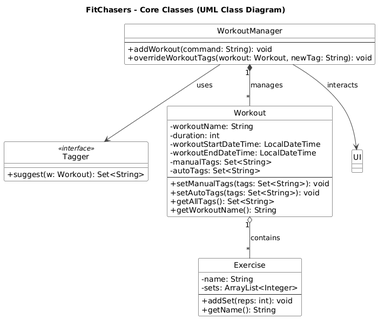
The PlantUML diagram docs/diagrams/WorkoutManager_class_diagram.png in Exceptional-Khoi/tp, before a commit.
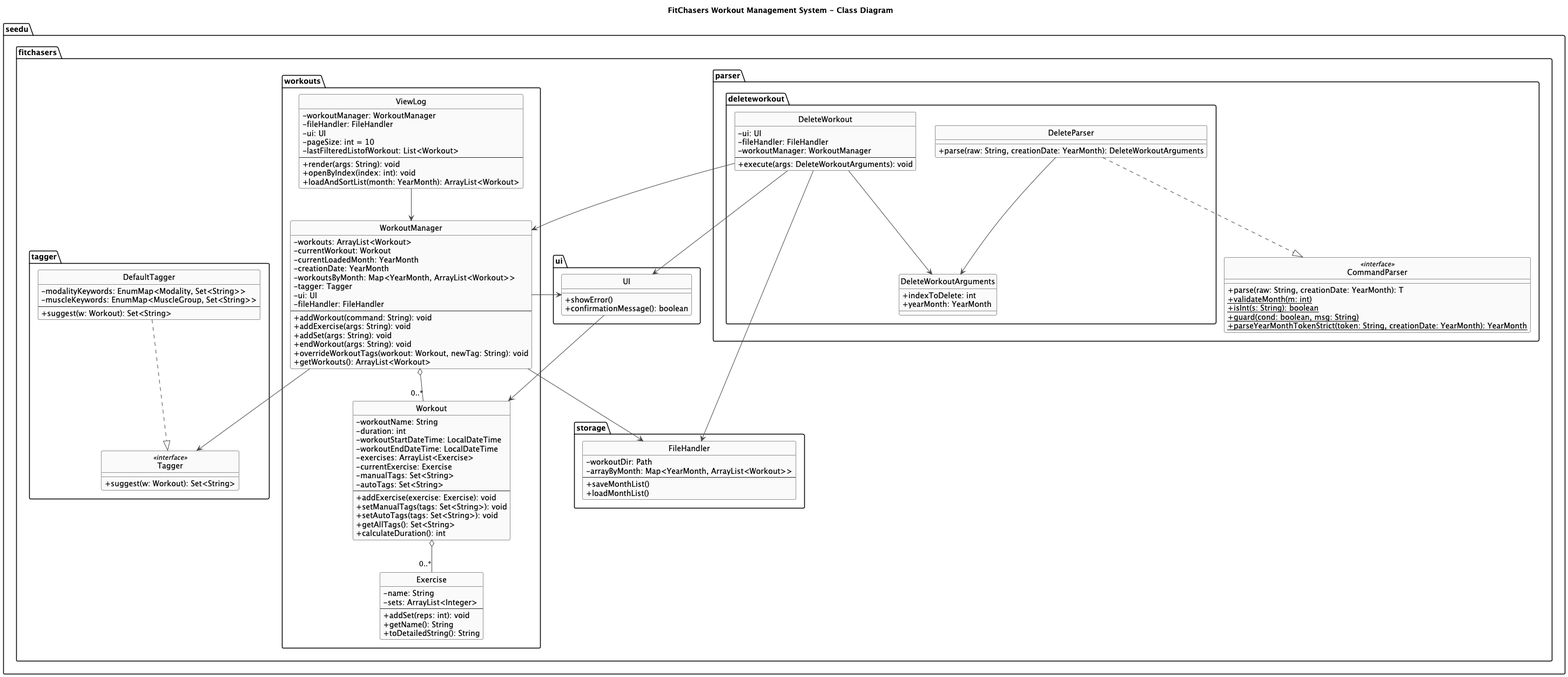
Above is the later version.

What changed in the source:
```diff
@@ -1,52 +1,146 @@
 @startuml
-title FitChasers - Core Classes (UML Class Diagram)
-
+title FitChasers Workout Management System - Class Diagram
 skinparam shadowing false
 skinparam classAttributeIconSize 0
 skinparam ArrowColor #444
 skinparam ClassBorderColor #222
 skinparam ClassBackgroundColor #FAFAFA
-skinparam NoteBackgroundColor #fff
-skinparam NoteBorderColor #aaa
-
+skinparam NoteBackgroundColor #E3F2FD
+skinparam NoteBorderColor #2196F3
 hide circle
 
-class WorkoutManager {
-  --
-  +addWorkout(command: String): void
-  +overrideWorkoutTags(workout: Workout, newTag: String): void
+package "seedu.fitchasers.workouts" {
+  class WorkoutManager {
+    -workouts: ArrayList<Workout>
+    -currentWorkout: Workout
+    -currentLoadedMonth: YearMonth
+    -creationDate: YearMonth
+    -workoutsByMonth: Map<YearMonth, ArrayList<Workout>>
+    -tagger: Tagger
+    -ui: UI
+    -fileHandler: FileHandler
+    --
+    +addWorkout(command: String): void
+    +addExercise(args: String): void
+    +addSet(args: String): void
+    +endWorkout(args: String): void
+    +overrideWorkoutTags(workout: Workout, newTag: String): void
+    +getWorkouts(): ArrayList<Workout>
+  }
+
+  class Workout {
+    -workoutName: String
+    -duration: int
+    -workoutStartDateTime: LocalDateTime
+    -workoutEndDateTime: LocalDateTime
+    -exercises: ArrayList<Exercise>
+    -currentExercise: Exercise
+    -manualTags: Set<String>
+    -autoTags: Set<String>
+    --
+    +addExercise(exercise: Exercise): void
+    +setManualTags(tags: Set<String>): void
+    +setAutoTags(tags: Set<String>): void
+    +getAllTags(): Set<String>
+    +calculateDuration(): int
+  }
+
+  class Exercise {
+    -name: String
+    -sets: ArrayList<Integer>
+    --
+    +addSet(reps: int): void
+    +getName(): String
+    +toDetailedString(): String
+  }
+
+  class ViewLog {
+    -workoutManager: WorkoutManager
+    -fileHandler: FileHandler
+    -ui: UI
+    -pageSize: int = 10
+    -lastFilteredListofWorkout: List<Workout>
+    --
+    +render(args: String): void
+    +openByIndex(index: int): void
+    +loadAndSortList(month: YearMonth): ArrayList<Workout>
+  }
 }
 
-class Tagger <<interface>> {
-  +suggest(w: Workout): Set<String>
+package "seedu.fitchasers.parser" {
+  class CommandParser <<interface>> {
+    +parse(raw: String, creationDate: YearMonth): T
+    {static} +validateMonth(m: int)
+    {static} +isInt(s: String): boolean
+    {static} +guard(cond: boolean, msg: String)
+    {static} +parseYearMonthTokenStrict(token: String, creationDate: YearMonth): YearMonth
+  }
 }
 
-class Workout {
-  -workoutName: String
-  -duration: int
-  -workoutStartDateTime: LocalDateTime
-  -workoutEndDateTime: LocalDateTime
-  -manualTags: Set<String>
-  -autoTags: Set<String>
-  --
-  +setManualTags(tags: Set<String>): void
-  +setAutoTags(tags: Set<String>): void
-  +getAllTags(): Set<String>
-  +getWorkoutName(): String
+package "seedu.fitchasers.parser.deleteworkout" {
+  class DeleteParser {
+    +parse(raw: String, creationDate: YearMonth): DeleteWorkoutArguments
+  }
+
+  record DeleteWorkoutArguments {
+    +indexToDelete: int
+    +yearMonth: YearMonth
+  }
+
+  class DeleteWorkout {
+    -ui: UI
+    -fileHandler: FileHandler
+    -workoutManager: WorkoutManager
+    --
+    +execute(args: DeleteWorkoutArguments): void
+  }
 }
 
-class Exercise {
-  -name: String
-  -sets: ArrayList<Integer>
-  --
-  +addSet(reps: int): void
-  +getName(): String
+package "seedu.fitchasers.tagger" {
+  class Tagger <<interface>> {
+    +suggest(w: Workout): Set<String>
+  }
+
+  class DefaultTagger {
+    -modalityKeywords: EnumMap<Modality, Set<String>>
+    -muscleKeywords: EnumMap<MuscleGroup, Set<String>>
+    --
+    +suggest(w: Workout): Set<String>
+  }
 }
 
-class UI
+package "seedu.fitchasers.storage" {
+  class FileHandler {
+    -workoutDir: Path
+    -arrayByMonth: Map<YearMonth, ArrayList<Workout>>
+    --
+    +saveMonthList()
+    +loadMonthList()
+  }
+}
 
-WorkoutManager "1" *-- "*" Workout : manages
-WorkoutManager --> Tagger : uses
-WorkoutManager --> UI : interacts
-Workout "1" o-- "*" Exercise : contains
+package "seedu.fitchasers.ui" {
+  class UI {
+    +showError()
+    +confirmationMessage(): boolean
+  }
+}
+
+WorkoutManager o-- "0..*" Workout
+Workout o-- "0..*" Exercise
+DefaultTagger ..|> Tagger
+
+WorkoutManager --> Tagger
+WorkoutManager --> UI
+WorkoutManager --> FileHandler
+ViewLog --> WorkoutManager
+UI --> Workout
+
+DeleteParser ..|> CommandParser
+DeleteParser --> DeleteWorkoutArguments
+DeleteWorkout --> DeleteWorkoutArguments
+DeleteWorkout --> WorkoutManager
+DeleteWorkout --> FileHandler
+DeleteWorkout --> UI
+
 @enduml
```
